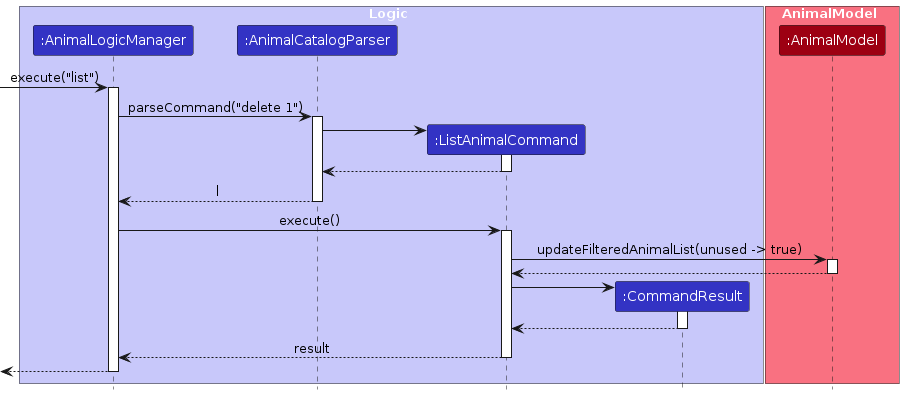
Earlier version of the PlantUML export diagrams/ListSequenceDiagram.png (wjayee/tp). Its source is kept beside it as diagrams/ListSequenceDiagram.puml. Source of this version:
```plantuml
@startuml
!include style.puml
skinparam ArrowFontStyle plain

box Logic LOGIC_COLOR_T1
participant ":AnimalLogicManager" as AnimalLogicManager LOGIC_COLOR
participant ":AnimalCatalogParser" as AnimalCatalogParser LOGIC_COLOR
participant ":ListAnimalCommand" as ListAnimalCommand LOGIC_COLOR
participant ":CommandResult" as CommandResult LOGIC_COLOR
end box

box AnimalModel MODEL_COLOR_T1
participant ":AnimalModel" as AnimalModel MODEL_COLOR
end box

[-> AnimalLogicManager : execute("list")
activate AnimalLogicManager

AnimalLogicManager -> AnimalCatalogParser : parseCommand("delete 1")
activate AnimalCatalogParser

create ListAnimalCommand
AnimalCatalogParser -> ListAnimalCommand
activate ListAnimalCommand

ListAnimalCommand --> AnimalCatalogParser
deactivate ListAnimalCommand

AnimalCatalogParser --> AnimalLogicManager : l
deactivate AnimalCatalogParser

AnimalLogicManager -> ListAnimalCommand : execute()
activate ListAnimalCommand

ListAnimalCommand -> AnimalModel : updateFilteredAnimalList(unused -> true)
activate AnimalModel

AnimalModel --> ListAnimalCommand
deactivate AnimalModel

create CommandResult
ListAnimalCommand -> CommandResult
activate CommandResult

CommandResult --> ListAnimalCommand
deactivate CommandResult

ListAnimalCommand --> AnimalLogicManager : result
deactivate ListAnimalCommand

[<--AnimalLogicManager
deactivate AnimalLogicManager
@enduml
```
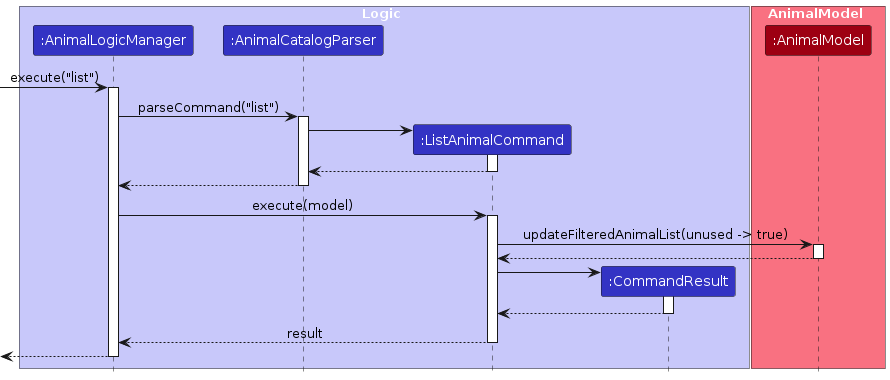
Above is the later version.

What changed in the source:
```diff
@@ -16,7 +16,7 @@
 [-> AnimalLogicManager : execute("list")
 activate AnimalLogicManager
 
-AnimalLogicManager -> AnimalCatalogParser : parseCommand("delete 1")
+AnimalLogicManager -> AnimalCatalogParser : parseCommand("list")
 activate AnimalCatalogParser
 
 create ListAnimalCommand
@@ -26,10 +26,10 @@
 ListAnimalCommand --> AnimalCatalogParser
 deactivate ListAnimalCommand
 
-AnimalCatalogParser --> AnimalLogicManager : l
+AnimalCatalogParser --> AnimalLogicManager :
 deactivate AnimalCatalogParser
 
-AnimalLogicManager -> ListAnimalCommand : execute()
+AnimalLogicManager -> ListAnimalCommand : execute(model)
 activate ListAnimalCommand
 
 ListAnimalCommand -> AnimalModel : updateFilteredAnimalList(unused -> true)
```
